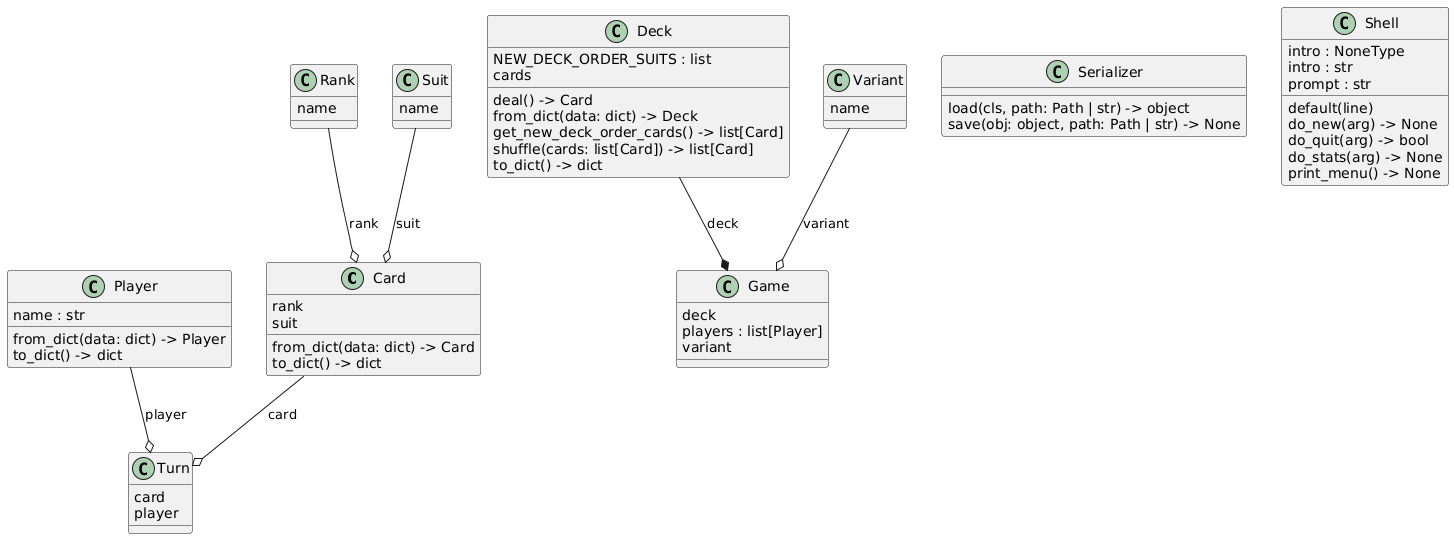
b3h3m0th/war keeps this PlantUML diagram as docs/uml/png/classes_war.png. Above is the earlier version. Source of this version:
```plantuml
@startuml
set namespaceSeparator none
class "Card" as models.card.Card {
  rank
  suit
  from_dict(data: dict) -> Card
  to_dict() -> dict
}
class "Deck" as models.deck.Deck {
  NEW_DECK_ORDER_SUITS : list
  cards
  deal() -> Card
  from_dict(data: dict) -> Deck
  get_new_deck_order_cards() -> list[Card]
  shuffle(cards: list[Card]) -> list[Card]
  to_dict() -> dict
}
class "Game" as models.game.Game {
  deck
  players : list[Player]
  variant
}
class "Player" as models.player.Player {
  name : str
  from_dict(data: dict) -> Player
  to_dict() -> dict
}
class "Rank" as enums.rank.Rank {
  name
}
class "Serializer" as utils.serializer.Serializer {
  load(cls, path: Path | str) -> object
  save(obj: object, path: Path | str) -> None
}
class "Shell" as models.shell.Shell {
  intro : NoneType
  intro : str
  prompt : str
  default(line)
  do_new(arg) -> None
  do_quit(arg) -> bool
  do_stats(arg) -> None
  print_menu() -> None
}
class "Suit" as enums.suit.Suit {
  name
}
class "Turn" as models.turn.Turn {
  card
  player
}
class "Variant" as enums.variant.Variant {
  name
}
models.deck.Deck --* models.game.Game : deck
enums.rank.Rank --o models.card.Card : rank
enums.suit.Suit --o models.card.Card : suit
enums.variant.Variant --o models.game.Game : variant
models.card.Card --o models.turn.Turn : card
models.player.Player --o models.turn.Turn : player
@enduml
```
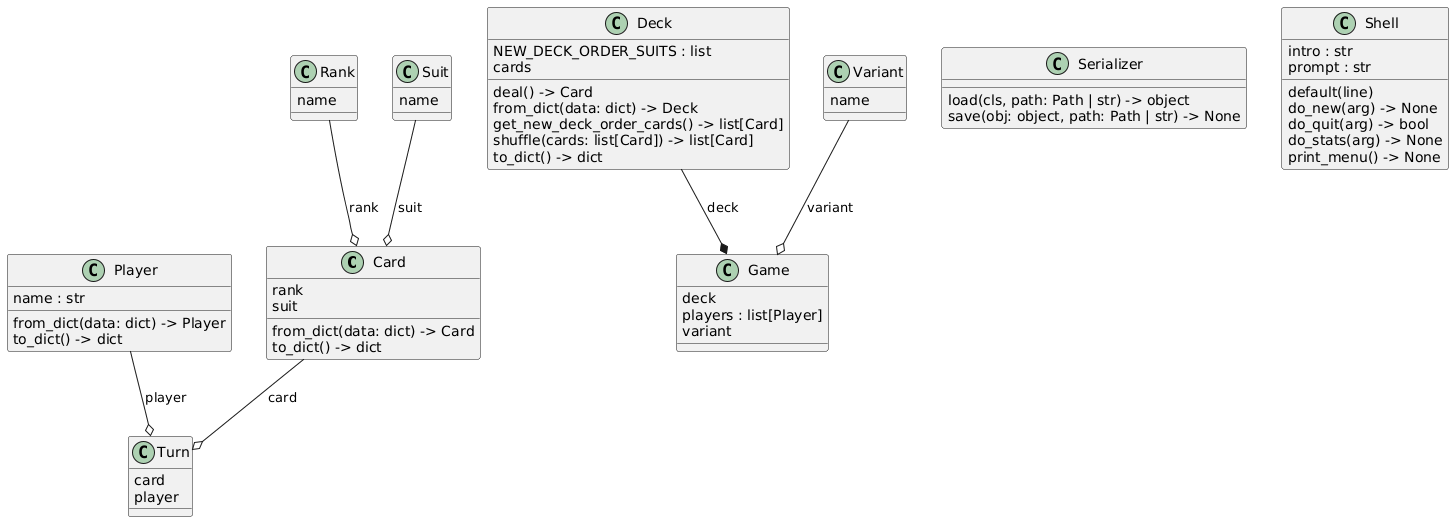
The same file after the commit.

What changed in the source:
```diff
@@ -33,7 +33,6 @@
   save(obj: object, path: Path | str) -> None
 }
 class "Shell" as models.shell.Shell {
-  intro : NoneType
   intro : str
   prompt : str
   default(line)
```
